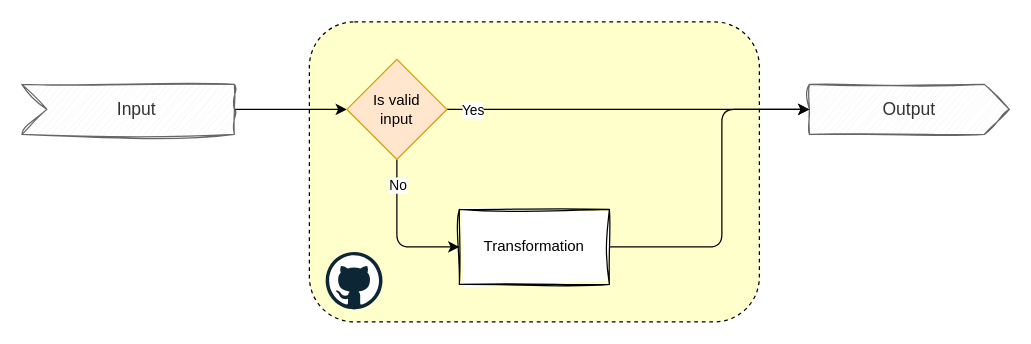
The draw.io diagram page "main" (1 of 2) of doc/arc.drawio in rasmushaa/drawio_document_demo_b, before the edit. Source tidied: cells renumbered, new cells numbered last; positions are measured from the earlier drawing's top-left corner, leaving out a move shared by most shapes. Both pictures are drawn from the tidied source at 125%, with x=0, y=0 at pixel (21, 21).
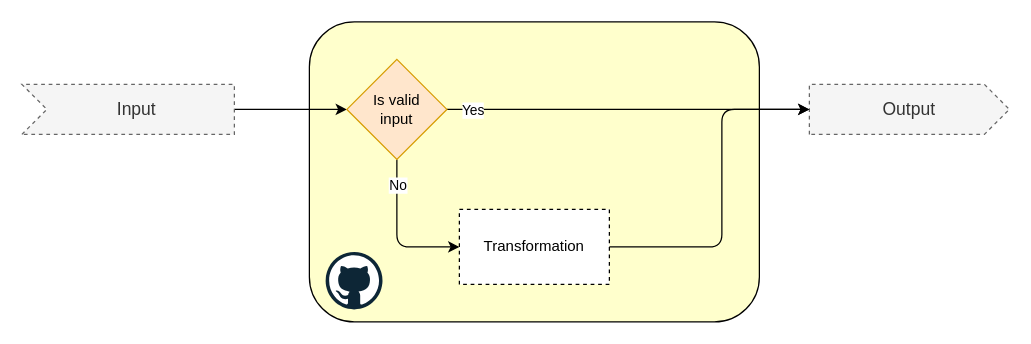
After the change.

Change to the diagram source:
```diff
@@
 <mxGraphModel>
   <root>
     <mxCell id="0" />
     <mxCell id="1" parent="0" />
-    <mxCell id="2" style="rounded=1;whiteSpace=wrap;html=1;dashed=1;fillColor=#FFFFCC;" parent="1" vertex="1">
+    <mxCell id="2" style="rounded=1;whiteSpace=wrap;html=1;fillColor=#FFFFCC;" parent="1" vertex="1">
       <mxGeometry x="230" width="360" height="240" as="geometry" />
     </mxCell>
-    <mxCell id="3" value="Output" style="html=1;shape=mxgraph.infographic.ribbonSimple;notch1=0;notch2=20;align=center;verticalAlign=middle;fontSize=14;fontStyle=0;fillColor=#f5f5f5;whiteSpace=wrap;fontColor=#333333;strokeColor=#666666;sketch=1;curveFitting=1;jiggle=2;" parent="1" vertex="1">
+    <mxCell id="3" value="Output" style="html=1;shape=mxgraph.infographic.ribbonSimple;notch1=0;notch2=20;align=center;verticalAlign=middle;fontSize=14;fontStyle=0;fillColor=#f5f5f5;whiteSpace=wrap;fontColor=#333333;strokeColor=#666666;dashed=1;" parent="1" vertex="1">
       <mxGeometry x="630" y="50" width="160" height="40" as="geometry" />
     </mxCell>
     <mxCell id="4" style="edgeStyle=none;html=1;" parent="1" edge="1" source="5" target="10">
       <mxGeometry relative="1" as="geometry" />
     </mxCell>
-    <mxCell id="5" value="Input" style="html=1;shape=mxgraph.infographic.ribbonSimple;notch1=20;notch2=0;align=center;verticalAlign=middle;fontSize=14;fontStyle=0;fillColor=#f5f5f5;flipH=0;spacingRight=0;spacingLeft=14;whiteSpace=wrap;fontColor=#333333;strokeColor=#666666;sketch=1;curveFitting=1;jiggle=2;" parent="1" vertex="1">
+    <mxCell id="5" value="Input" style="html=1;shape=mxgraph.infographic.ribbonSimple;notch1=20;notch2=0;align=center;verticalAlign=middle;fontSize=14;fontStyle=0;fillColor=#f5f5f5;flipH=0;spacingRight=0;spacingLeft=14;whiteSpace=wrap;fontColor=#333333;strokeColor=#666666;dashed=1;" parent="1" vertex="1">
       <mxGeometry y="50" width="170" height="40" as="geometry" />
     </mxCell>
     <mxCell id="6" style="edgeStyle=none;html=1;entryX=0;entryY=0.5;entryDx=0;entryDy=0;" parent="1" edge="1" source="10" target="11">
       <mxGeometry relative="1" as="geometry">
         <Array as="points">
           <mxPoint x="300" y="180" />
         </Array>
       </mxGeometry>
     </mxCell>
     <mxCell id="7" value="No" style="edgeLabel;html=1;align=center;verticalAlign=middle;" parent="6" vertex="1">
       <mxGeometry x="-0.67" relative="1" as="geometry" />
     </mxCell>
     <mxCell id="8" style="edgeStyle=none;html=1;" parent="1" edge="1" source="10" target="3">
       <mxGeometry relative="1" as="geometry" />
     </mxCell>
     <mxCell id="9" value="Yes" style="edgeLabel;html=1;align=center;verticalAlign=middle;" parent="8" vertex="1">
       <mxGeometry x="-0.63" relative="1" as="geometry">
         <mxPoint x="-34" as="offset" />
       </mxGeometry>
     </mxCell>
     <mxCell id="10" value="Is valid&lt;div&gt;input&lt;/div&gt;" style="rhombus;whiteSpace=wrap;html=1;fillColor=#ffe6cc;strokeColor=#d79b00;" parent="1" vertex="1">
       <mxGeometry x="260" y="30" width="80" height="80" as="geometry" />
     </mxCell>
-    <mxCell id="11" value="Transformation" style="rounded=0;whiteSpace=wrap;html=1;sketch=1;curveFitting=1;jiggle=2;" parent="1" vertex="1">
+    <mxCell id="11" value="Transformation" style="rounded=0;whiteSpace=wrap;html=1;dashed=1;" parent="1" vertex="1">
       <mxGeometry x="350" y="150" width="120" height="60" as="geometry" />
     </mxCell>
     <mxCell id="12" style="edgeStyle=none;html=1;entryX=0;entryY=0;entryDx=0;entryDy=20;entryPerimeter=0;exitX=1;exitY=0.5;exitDx=0;exitDy=0;" parent="1" edge="1" source="11" target="3">
       <mxGeometry relative="1" as="geometry">
         <Array as="points">
           <mxPoint x="560" y="180" />
           <mxPoint x="560" y="70" />
         </Array>
       </mxGeometry>
     </mxCell>
     <mxCell id="13" style="dashed=0;html=1;align=center;labelPosition=center;verticalLabelPosition=bottom;verticalAlign=top;shape=mxgraph.weblogos.github;" parent="1" vertex="1">
       <mxGeometry x="243" y="184" width="45.5" height="46" as="geometry" />
     </mxCell>
   </root>
 </mxGraphModel>
```
